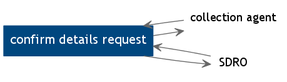
Before: public/images/mick@mioduszewski.net.png, a diagram exported from Graphviz (mickmioduszewski/digraph-rails). Its source is kept beside it as public/mick@mioduszewski.net.dot.
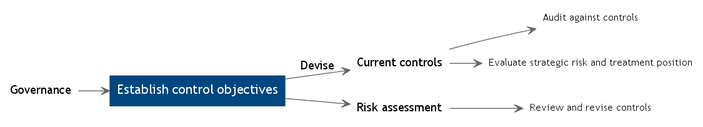
The same diagram one commit later.

Change to the diagram source:
```diff
@@ -1,11 +1,17 @@
 digraph G {size="12,12", rankdir="LR"
 edge [color="#666666", arrowhead="open", fontname="Trebuchet MS"]
 node [shape=plaintext, fontname="Trebuchet MS"]
-n18 [URL="/nodes/18",  label="confirm details request", fontsize="16", style=filled fillcolor="#00477f", fontcolor="White"]
-n6 [URL="/nodes/6",  label="collection agent", fontsize="14"]
-n7 [URL="/nodes/7",  label="SDRO", fontsize="14"]
-n6 -> n18 [URL="/edges/22"]
-n7 -> n18 [URL="/edges/24"]
-n18 -> n7 [URL="/edges/23"]
-n18 -> n6 [URL="/edges/25"]
+n49 [URL="/nodes/49",  label="Establish control objectives", fontsize="16", style=filled fillcolor="#00477f", fontcolor="White"]
+n50 [URL="/nodes/50",  label="Governance", fontsize="14"]
+n43 [URL="/nodes/43",  label="Current controls", fontsize="14"]
+n42 [URL="/nodes/42",  label="Audit against controls", fontsize="12"]
+n48 [URL="/nodes/48",  label="Evaluate strategic risk and treatment position", fontsize="12"]
+n45 [URL="/nodes/45",  label="Risk assessment", fontsize="14"]
+n44 [URL="/nodes/44",  label="Review and revise controls", fontsize="12"]
+n50 -> n49 [URL="/edges/89"]
+n49 -> n43 [URL="/edges/88",  label="Devise", fontsize="14"]
+n43 -> n42 [URL="/edges/80"]
+n43 -> n48 [URL="/edges/85"]
+n49 -> n45 [URL="/edges/90"]
+n45 -> n44 [URL="/edges/82"]
   }
```
